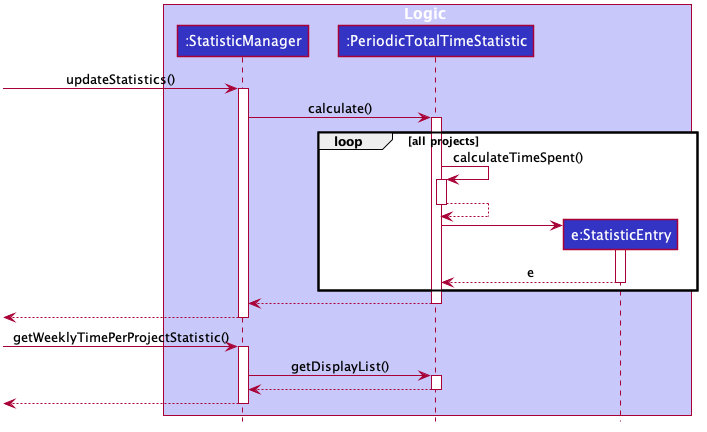
pr4aveen/tp keeps this PlantUML diagram as docs/images/StatsSequenceDiagram.png. Above is the earlier version. Its diagram source:
```plantuml
@startuml








skinparam BackgroundColor #FFFFFFF

skinparam Shadowing false

skinparam Class {
    FontColor #FFFFFF
    BorderThickness 1
    BorderColor #FFFFFF
    StereotypeFontColor #FFFFFF
    FontName Arial
}

skinparam Actor {
    BorderColor #000000
    Color #000000
    FontName Arial
}

skinparam Sequence {
    MessageAlign center
    BoxFontSize 15
    BoxPadding 0
    BoxFontColor #FFFFFF
    FontName Arial
}

skinparam Participant {
    FontColor #FFFFFFF
    Padding 20
}

skinparam MinClassWidth 50
skinparam ParticipantPadding 10
skinparam Shadowing false
skinparam DefaultTextAlignment center
skinparam packageStyle Rectangle

hide footbox
hide members
hide circle

box Logic #C8C8FA
participant ":StatisticManager" as StatisticManager #3333C4
participant ":PeriodicTotalTimeStatistic" as PeriodicTotalTimeStatistic #3333C4
participant "e:StatisticEntry" as StatisticEntry #3333C4
end box

[-> StatisticManager : updateStatistics()
activate StatisticManager

StatisticManager -> PeriodicTotalTimeStatistic : calculate()
activate PeriodicTotalTimeStatistic
loop all projects
     PeriodicTotalTimeStatistic -> PeriodicTotalTimeStatistic : calculateTimeSpent()
     activate PeriodicTotalTimeStatistic
     PeriodicTotalTimeStatistic --> PeriodicTotalTimeStatistic
     deactivate PeriodicTotalTimeStatistic
     create StatisticEntry
     PeriodicTotalTimeStatistic -> StatisticEntry
     activate StatisticEntry
     StatisticEntry --> PeriodicTotalTimeStatistic : e
     deactivate StatisticEntry
end

PeriodicTotalTimeStatistic --> StatisticManager
deactivate PeriodicTotalTimeStatistic
StatisticManager -->[
deactivate StatisticManager

[-> StatisticManager : getWeeklyTimePerProjectStatistic()
activate StatisticManager
StatisticManager -> PeriodicTotalTimeStatistic : getDisplayList()
activate PeriodicTotalTimeStatistic
PeriodicTotalTimeStatistic --> StatisticManager
deactivate PeriodicTotalTimeStatistic
StatisticManager -->[
deactivate StatisticManager


@enduml
```
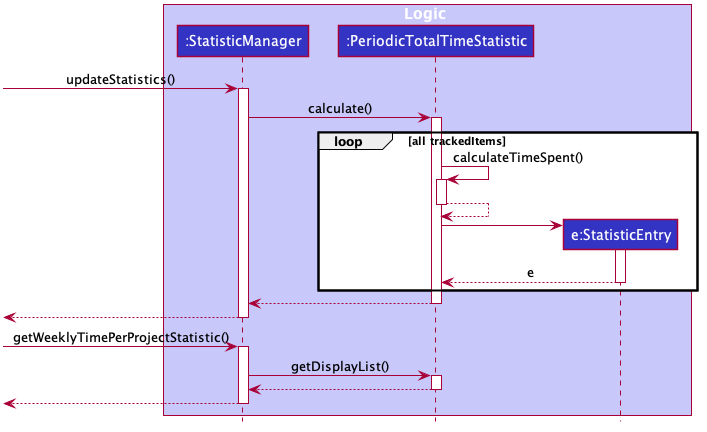
Above is the later version.

The edit, as a diff of the source:
```diff
@@ -59,7 +59,7 @@
 
 StatisticManager -> PeriodicTotalTimeStatistic : calculate()
 activate PeriodicTotalTimeStatistic
-loop all projects
+loop all trackedItems
      PeriodicTotalTimeStatistic -> PeriodicTotalTimeStatistic : calculateTimeSpent()
      activate PeriodicTotalTimeStatistic
      PeriodicTotalTimeStatistic --> PeriodicTotalTimeStatistic
```
